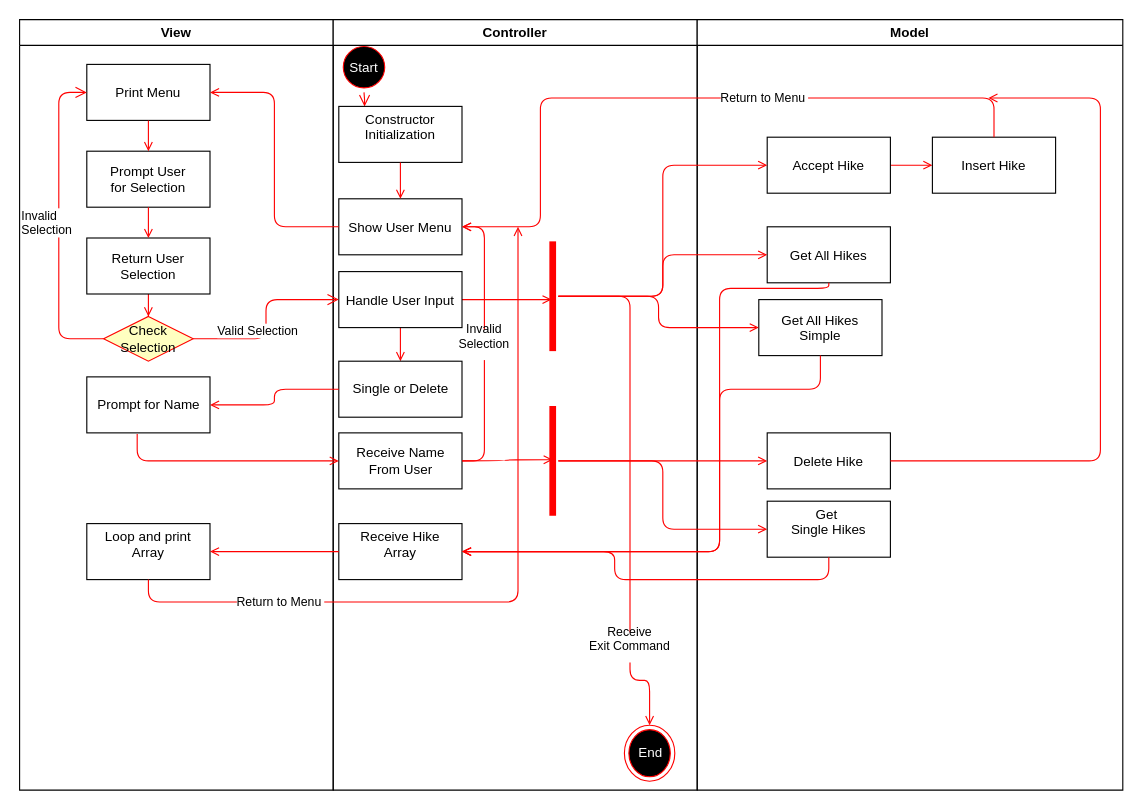
The draw.io diagram Untitled Diagram.drawio in Sirrine-John/CIT_360, before the edit. Source tidied: cells renumbered, new cells numbered last; positions are measured from the earlier drawing's top-left corner, leaving out a move shared by most shapes. Both pictures are drawn from the tidied source at 112%, with x=0, y=0 at pixel (19, 19).
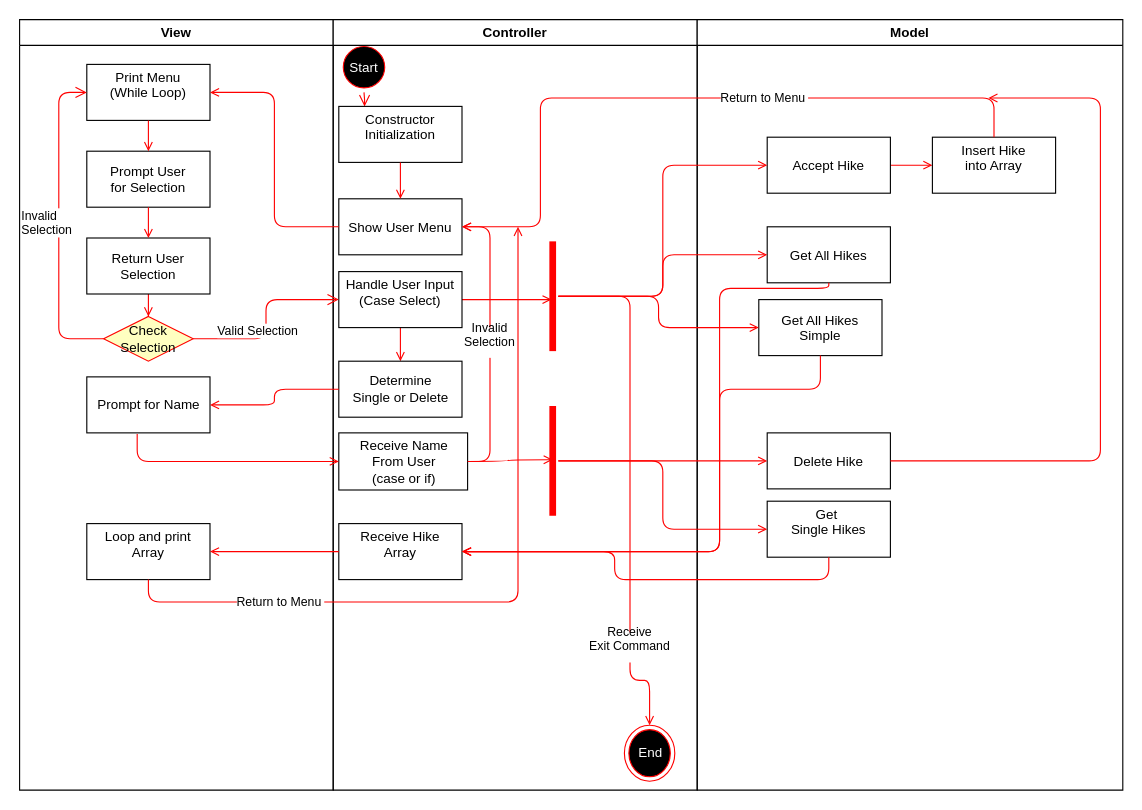
The same page after the edit.

Commit message:
State Diagram

The change refers to these unchanged cells:
```xml
<mxCell id="2" value="View" style="swimlane;whiteSpace=wrap;" parent="1" vertex="1">
  <mxGeometry width="280" height="688" as="geometry" />
</mxCell>
<mxCell id="13" value="Controller" style="swimlane;whiteSpace=wrap;fontColor=#000000;" parent="1" vertex="1">
  <mxGeometry x="280" width="325" height="688" as="geometry" />
</mxCell>
<mxCell id="31" value="Model" style="swimlane;whiteSpace=wrap;" parent="1" vertex="1">
  <mxGeometry x="605" width="380" height="688" as="geometry" />
</mxCell>
```

The edit, as a diff of the source:
```diff
@@
-    <mxCell id="3" value="Print Menu" parent="2" vertex="1">
+    <mxCell id="3" value="Print Menu&#10;(While Loop)&#10;" parent="2" vertex="1">
       <mxGeometry x="60" y="40" width="110" height="50" as="geometry" />
     </mxCell>
@@
-    <mxCell id="21" value="Handle User Input" parent="13" vertex="1">
+    <mxCell id="21" value="Handle User Input&#10;(Case Select)&#10;" parent="13" vertex="1">
       <mxGeometry x="5" y="225" width="110" height="50" as="geometry" />
     </mxCell>
@@
-    <mxCell id="24" value="Single or Delete" style="html=1;" parent="13" vertex="1">
+    <mxCell id="24" value="Determine&lt;br&gt;Single or Delete" style="html=1;" parent="13" vertex="1">
       <mxGeometry x="5" y="305" width="110" height="50" as="geometry" />
     </mxCell>
@@
-    <mxCell id="26" value="Receive Name&lt;br&gt;From User&lt;br&gt;" style="html=1;" parent="13" vertex="1">
-      <mxGeometry x="5" y="369" width="110" height="50" as="geometry" />
+    <mxCell id="26" value="Receive Name&lt;br&gt;From User&lt;br&gt;(case or if)&lt;br&gt;" style="html=1;" parent="13" vertex="1">
+      <mxGeometry x="5" y="369" width="115" height="51" as="geometry" />
     </mxCell>
@@
-    <mxCell id="34" value="Insert Hike" parent="31" vertex="1">
+    <mxCell id="34" value="Insert Hike&#10;into Array&#10;" parent="31" vertex="1">
       <mxGeometry x="210" y="105" width="110" height="50" as="geometry" />
     </mxCell>
```
